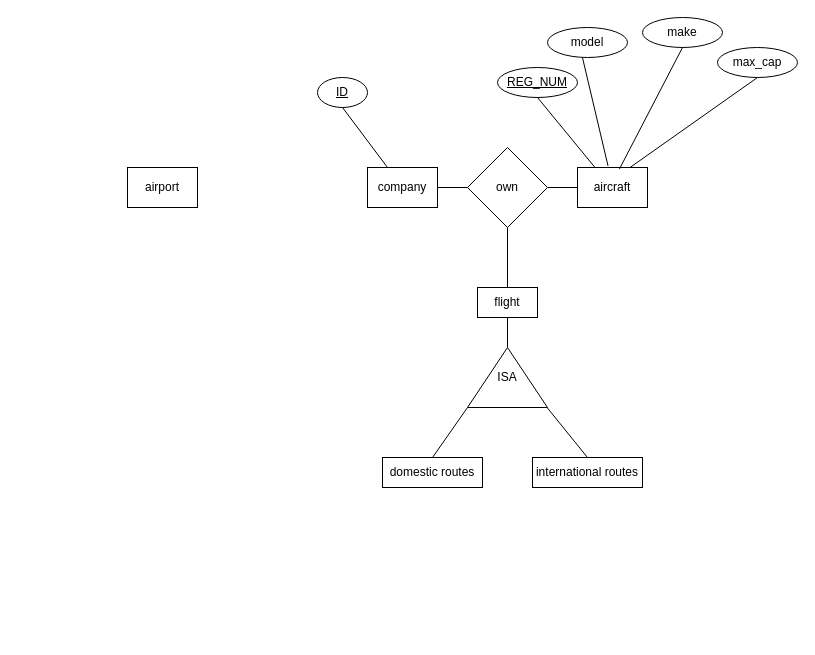
This is hw2_part5A.drawio from jamessu1201/Database_System, a draw.io file, before an edit. Source tidied: cells renumbered, new cells numbered last; positions are measured from the earlier drawing's top-left corner, leaving out a move shared by most shapes. Both pictures are drawn from the tidied source at 100%, with x=0, y=0 at pixel (127, 17).
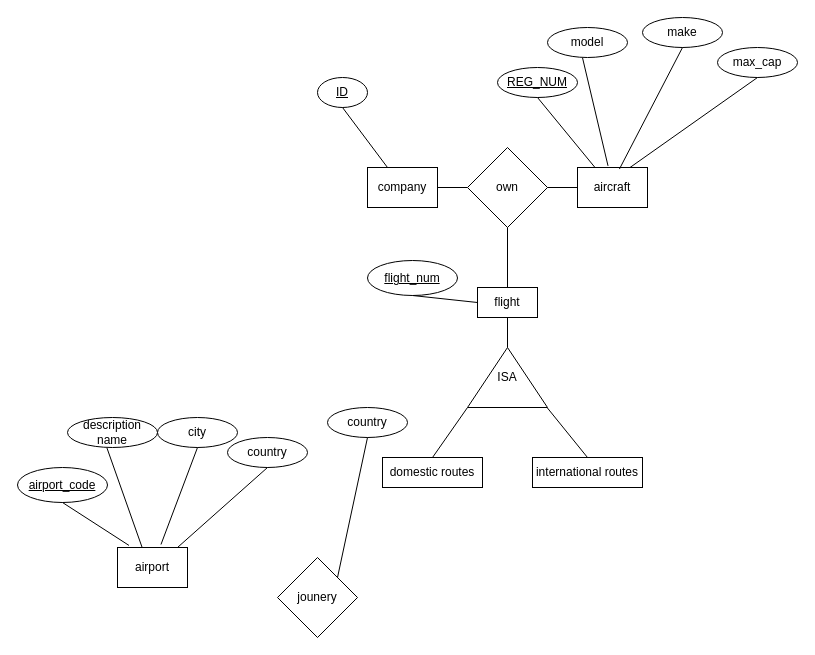
The same page after the edit.

Unchanged cells that the change refers to:
```xml
<mxCell id="18" value="flight" style="rounded=0;whiteSpace=wrap;html=1;" parent="1" vertex="1">
  <mxGeometry x="350" y="270" width="60" height="30" as="geometry" />
</mxCell>
```

Diff of the diagram source:
```diff
@@
     <mxCell id="25" value="airport" style="rounded=0;whiteSpace=wrap;html=1;" parent="1" vertex="1">
-      <mxGeometry y="150" width="70" height="40" as="geometry" />
+      <mxGeometry x="-10" y="530" width="70" height="40" as="geometry" />
     </mxCell>
+    <mxCell id="26" value="&lt;u&gt;flight_num&lt;/u&gt;" style="ellipse;whiteSpace=wrap;html=1;" parent="1" vertex="1">
+      <mxGeometry x="240" y="243" width="90" height="35" as="geometry" />
+    </mxCell>
+    <mxCell id="27" style="endArrow=none;html=1;rounded=0;entryX=0.5;entryY=1;entryDx=0;entryDy=0;exitX=0;exitY=0.5;exitDx=0;exitDy=0;" parent="1" edge="1" source="18" target="26">
+      <mxGeometry relative="1" as="geometry" />
+    </mxCell>
+    <mxCell id="28" value="&lt;u&gt;airport_code&lt;/u&gt;" style="ellipse;whiteSpace=wrap;html=1;" parent="1" vertex="1">
+      <mxGeometry x="-110" y="450" width="90" height="35" as="geometry" />
+    </mxCell>
+    <mxCell id="29" style="endArrow=none;html=1;rounded=0;entryX=0.5;entryY=1;entryDx=0;entryDy=0;exitX=0.164;exitY=-0.052;exitDx=0;exitDy=0;exitPerimeter=0;" parent="1" edge="1" source="25" target="28">
+      <mxGeometry relative="1" as="geometry" />
+    </mxCell>
+    <mxCell id="30" value="description&lt;br/&gt;name" style="ellipse;whiteSpace=wrap;html=1;" parent="1" vertex="1">
+      <mxGeometry x="-60" y="400" width="90" height="30" as="geometry" />
+    </mxCell>
+    <mxCell id="31" style="endArrow=none;html=1;rounded=0;entryX=0.353;entryY=0.005;entryDx=0;entryDy=0;exitX=0.438;exitY=1.012;exitDx=0;exitDy=0;exitPerimeter=0;entryPerimeter=0;" parent="1" edge="1" source="30" target="25">
+      <mxGeometry relative="1" as="geometry" />
+    </mxCell>
+    <mxCell id="32" value="city" style="ellipse;whiteSpace=wrap;html=1;" parent="1" vertex="1">
+      <mxGeometry x="30" y="400" width="80" height="30" as="geometry" />
+    </mxCell>
+    <mxCell id="33" style="endArrow=none;html=1;rounded=0;exitX=0.621;exitY=-0.075;exitDx=0;exitDy=0;entryX=0.5;entryY=1;entryDx=0;entryDy=0;exitPerimeter=0;" parent="1" edge="1" source="25" target="32">
+      <mxGeometry relative="1" as="geometry" />
+    </mxCell>
+    <mxCell id="34" value="country" style="ellipse;whiteSpace=wrap;html=1;" parent="1" vertex="1">
+      <mxGeometry x="100" y="420" width="80" height="30" as="geometry" />
+    </mxCell>
+    <mxCell id="35" style="endArrow=none;html=1;rounded=0;entryX=0.5;entryY=1;entryDx=0;entryDy=0;exitX=0.857;exitY=0;exitDx=0;exitDy=0;exitPerimeter=0;" parent="1" edge="1" source="25" target="34">
+      <mxGeometry relative="1" as="geometry" />
+    </mxCell>
+    <mxCell id="36" value="jounery" style="rhombus;whiteSpace=wrap;html=1;" parent="1" vertex="1">
+      <mxGeometry x="150" y="540" width="80" height="80" as="geometry" />
+    </mxCell>
+    <mxCell id="37" value="country" style="ellipse;whiteSpace=wrap;html=1;" parent="1" vertex="1">
+      <mxGeometry x="200" y="390" width="80" height="30" as="geometry" />
+    </mxCell>
+    <mxCell id="38" style="endArrow=none;html=1;rounded=0;entryX=0.5;entryY=1;entryDx=0;entryDy=0;exitX=1;exitY=0;exitDx=0;exitDy=0;" parent="1" edge="1" source="36" target="37">
+      <mxGeometry relative="1" as="geometry" />
+    </mxCell>
```
